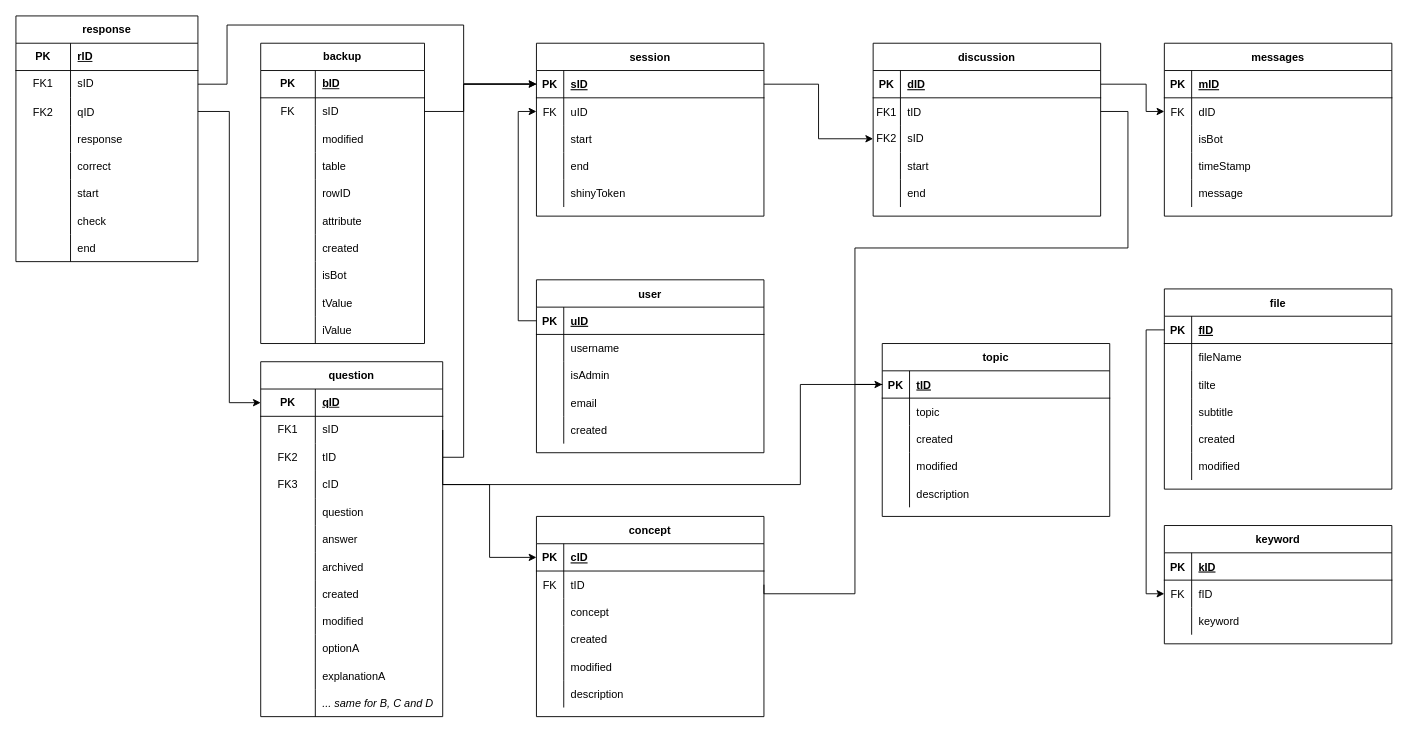
The draw.io diagram ACCORNS/appDB/schema.drawio in pieterjanvc/HOLLOW-TREE, before the edit. Source tidied: cells renumbered, new cells numbered last; positions are measured from the earlier drawing's top-left corner, leaving out a move shared by most shapes. Both pictures are drawn from the tidied source at 91%, with x=0, y=0 at pixel (15, 15).
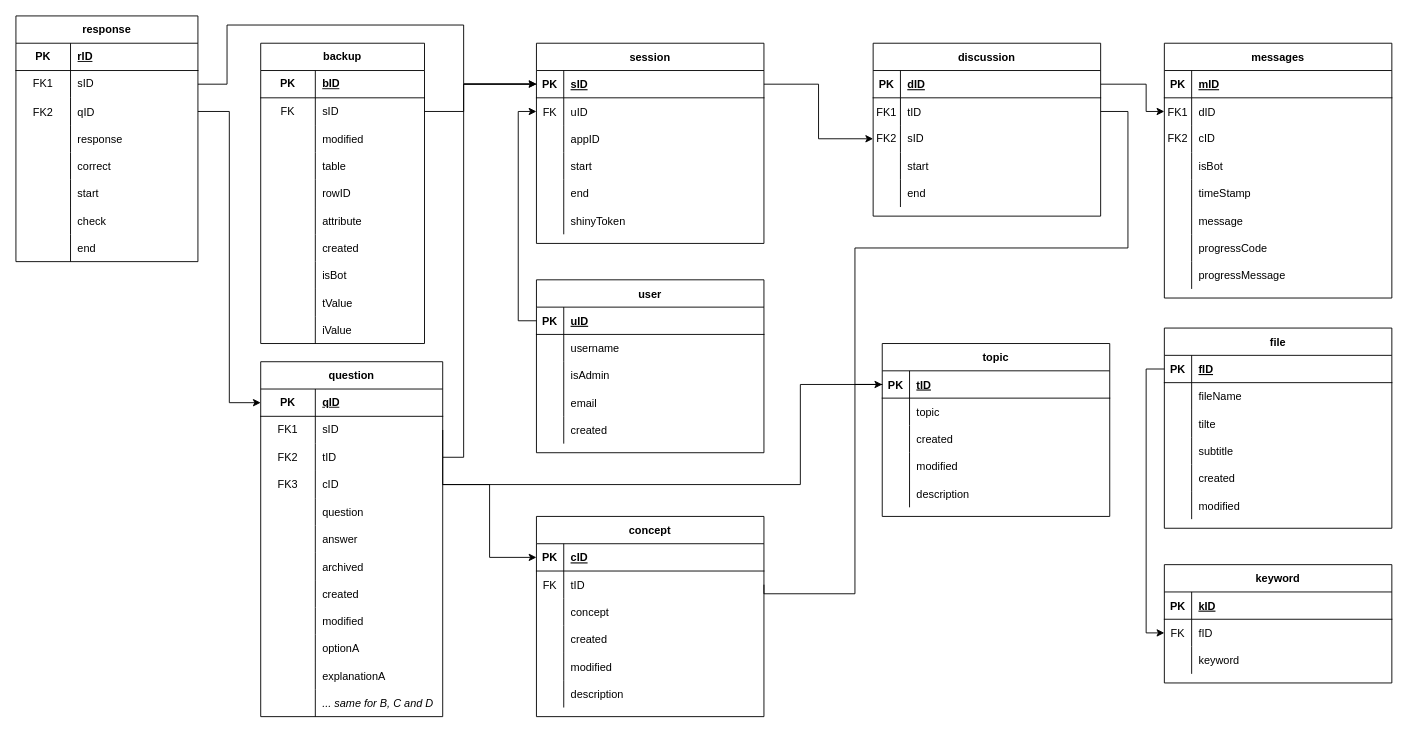
The same page after the edit.

Unchanged cells that the change refers to:
```xml
<mxCell id="54" style="shape=partialRectangle;fillColor=none;points=[[0,0.5],[1,0.5]];portConstraint=eastwest;top=0;left=0;right=0;bottom=0;" parent="50" vertex="1">
  <mxGeometry y="60" width="250" height="30" as="geometry" />
</mxCell>
```

What changed in the source:
```diff
@@
     <mxCell id="18" value="session" style="shape=table;startSize=30;childLayout=tableLayout;rowLines=0;fontStyle=1;align=center;" parent="1" vertex="1">
-      <mxGeometry x="572" y="30" width="250" height="190" as="geometry" />
+      <mxGeometry x="572" y="30" width="250" height="220" as="geometry" />
     </mxCell>
@@
+    <mxCell id="235" style="shape=tableRow;horizontal=0;startSize=0;swimlaneHead=0;swimlaneBody=0;fillColor=none;top=0;left=0;right=0;bottom=0;" parent="18" vertex="1">
+      <mxGeometry y="90" width="250" height="30" as="geometry" />
+    </mxCell>
+    <mxCell id="236" style="shape=partialRectangle;fillColor=none;top=0;left=0;bottom=0;right=0;overflow=hidden;" parent="235" vertex="1">
+      <mxGeometry width="30" height="30" as="geometry" />
+    </mxCell>
+    <mxCell id="237" value="appID" style="shape=partialRectangle;fillColor=none;top=0;left=0;bottom=0;right=0;align=left;spacingLeft=6;overflow=hidden;" parent="235" vertex="1">
+      <mxGeometry x="30" width="220" height="30" as="geometry" />
+    </mxCell>
     <mxCell id="25" style="shape=partialRectangle;fillColor=none;top=0;left=0;right=0;bottom=0;" parent="18" vertex="1">
-      <mxGeometry y="90" width="250" height="30" as="geometry" />
+      <mxGeometry y="120" width="250" height="30" as="geometry" />
     </mxCell>
@@
     <mxCell id="28" style="shape=tableRow;horizontal=0;startSize=0;swimlaneHead=0;swimlaneBody=0;fillColor=none;top=0;left=0;right=0;bottom=0;" parent="18" vertex="1">
-      <mxGeometry y="120" width="250" height="30" as="geometry" />
+      <mxGeometry y="150" width="250" height="30" as="geometry" />
     </mxCell>
@@
     <mxCell id="31" style="shape=tableRow;horizontal=0;startSize=0;swimlaneHead=0;swimlaneBody=0;fillColor=none;top=0;left=0;right=0;bottom=0;" parent="18" vertex="1">
-      <mxGeometry y="150" width="250" height="30" as="geometry" />
+      <mxGeometry y="180" width="250" height="30" as="geometry" />
     </mxCell>
@@
     <mxCell id="50" value="messages" style="shape=table;startSize=30;childLayout=tableLayout;rowLines=0;fontStyle=1;align=center;" parent="1" vertex="1">
-      <mxGeometry x="1262" y="30" width="250" height="190" as="geometry" />
+      <mxGeometry x="1262" y="30" width="250" height="280" as="geometry" />
     </mxCell>
@@
-    <mxCell id="55" value="FK" style="shape=partialRectangle;overflow=hidden;fillColor=none;top=0;left=0;bottom=0;right=0;" parent="54" vertex="1">
+    <mxCell id="55" value="FK1" style="shape=partialRectangle;overflow=hidden;fillColor=none;top=0;left=0;bottom=0;right=0;" parent="54" vertex="1">
       <mxGeometry width="30" height="30" as="geometry" />
     </mxCell>
@@
+    <mxCell id="238" style="shape=tableRow;horizontal=0;startSize=0;swimlaneHead=0;swimlaneBody=0;fillColor=none;top=0;left=0;right=0;bottom=0;" parent="50" vertex="1">
+      <mxGeometry y="90" width="250" height="30" as="geometry" />
+    </mxCell>
+    <mxCell id="239" value="FK2" style="shape=partialRectangle;fillColor=none;top=0;left=0;bottom=0;right=0;fontStyle=0;overflow=hidden;whiteSpace=wrap;html=1;" parent="238" vertex="1">
+      <mxGeometry width="30" height="30" as="geometry" />
+    </mxCell>
+    <mxCell id="240" value="cID" style="shape=partialRectangle;fillColor=none;top=0;left=0;bottom=0;right=0;align=left;spacingLeft=6;fontStyle=0;overflow=hidden;whiteSpace=wrap;html=1;" parent="238" vertex="1">
+      <mxGeometry x="30" width="220" height="30" as="geometry" />
+    </mxCell>
     <mxCell id="57" style="shape=partialRectangle;fillColor=none;top=0;left=0;right=0;bottom=0;" parent="50" vertex="1">
-      <mxGeometry y="90" width="250" height="30" as="geometry" />
+      <mxGeometry y="120" width="250" height="30" as="geometry" />
     </mxCell>
@@
     <mxCell id="60" style="shape=tableRow;horizontal=0;startSize=0;swimlaneHead=0;swimlaneBody=0;fillColor=none;top=0;left=0;right=0;bottom=0;" parent="50" vertex="1">
-      <mxGeometry y="120" width="250" height="30" as="geometry" />
+      <mxGeometry y="150" width="250" height="30" as="geometry" />
     </mxCell>
@@
     <mxCell id="63" style="shape=tableRow;horizontal=0;startSize=0;swimlaneHead=0;swimlaneBody=0;fillColor=none;top=0;left=0;right=0;bottom=0;" parent="50" vertex="1">
-      <mxGeometry y="150" width="250" height="30" as="geometry" />
+      <mxGeometry y="180" width="250" height="30" as="geometry" />
     </mxCell>
@@
+    <mxCell id="241" style="shape=tableRow;horizontal=0;startSize=0;swimlaneHead=0;swimlaneBody=0;fillColor=none;top=0;left=0;right=0;bottom=0;" parent="50" vertex="1">
+      <mxGeometry y="210" width="250" height="30" as="geometry" />
+    </mxCell>
+    <mxCell id="242" style="shape=partialRectangle;fillColor=none;top=0;left=0;bottom=0;right=0;overflow=hidden;" parent="241" vertex="1">
+      <mxGeometry width="30" height="30" as="geometry" />
+    </mxCell>
+    <mxCell id="243" value="progressCode" style="shape=partialRectangle;fillColor=none;top=0;left=0;bottom=0;right=0;align=left;spacingLeft=6;overflow=hidden;" parent="241" vertex="1">
+      <mxGeometry x="30" width="220" height="30" as="geometry" />
+    </mxCell>
+    <mxCell id="244" style="shape=tableRow;horizontal=0;startSize=0;swimlaneHead=0;swimlaneBody=0;fillColor=none;top=0;left=0;right=0;bottom=0;" parent="50" vertex="1">
+      <mxGeometry y="240" width="250" height="30" as="geometry" />
+    </mxCell>
+    <mxCell id="245" style="shape=partialRectangle;fillColor=none;top=0;left=0;bottom=0;right=0;overflow=hidden;" parent="244" vertex="1">
+      <mxGeometry width="30" height="30" as="geometry" />
+    </mxCell>
+    <mxCell id="246" value="progressMessage" style="shape=partialRectangle;fillColor=none;top=0;left=0;bottom=0;right=0;align=left;spacingLeft=6;overflow=hidden;" parent="244" vertex="1">
+      <mxGeometry x="30" width="220" height="30" as="geometry" />
+    </mxCell>
@@
     <mxCell id="105" value="keyword" style="shape=table;startSize=30;childLayout=tableLayout;rowLines=0;fontStyle=1;align=center;" parent="1" vertex="1">
-      <mxGeometry x="1262" y="560" width="250" height="130" as="geometry" />
+      <mxGeometry x="1262" y="603" width="250" height="130" as="geometry" />
     </mxCell>
@@
     <mxCell id="116" value="file" style="shape=table;startSize=30;childLayout=tableLayout;rowLines=0;fontStyle=1;align=center;" parent="1" vertex="1">
-      <mxGeometry x="1262" y="300" width="250" height="220" as="geometry" />
+      <mxGeometry x="1262" y="343" width="250" height="220" as="geometry" />
     </mxCell>
```
